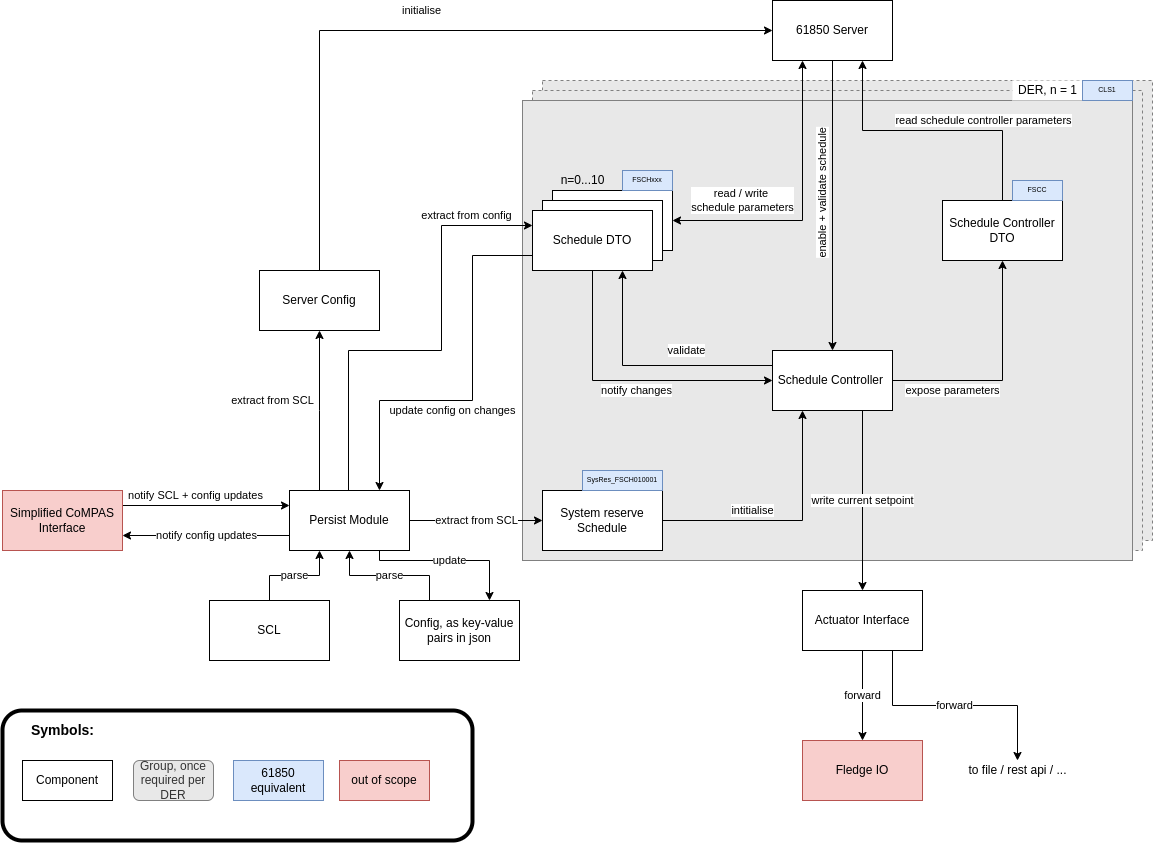
This is images/system-overview.drawio.png from alliander-opensource/der-scheduling, a draw.io export, as it was before one commit. Source tidied: cells renumbered, new cells last; positions are measured from the earlier drawing's top-left corner, leaving out a move shared by most shapes.
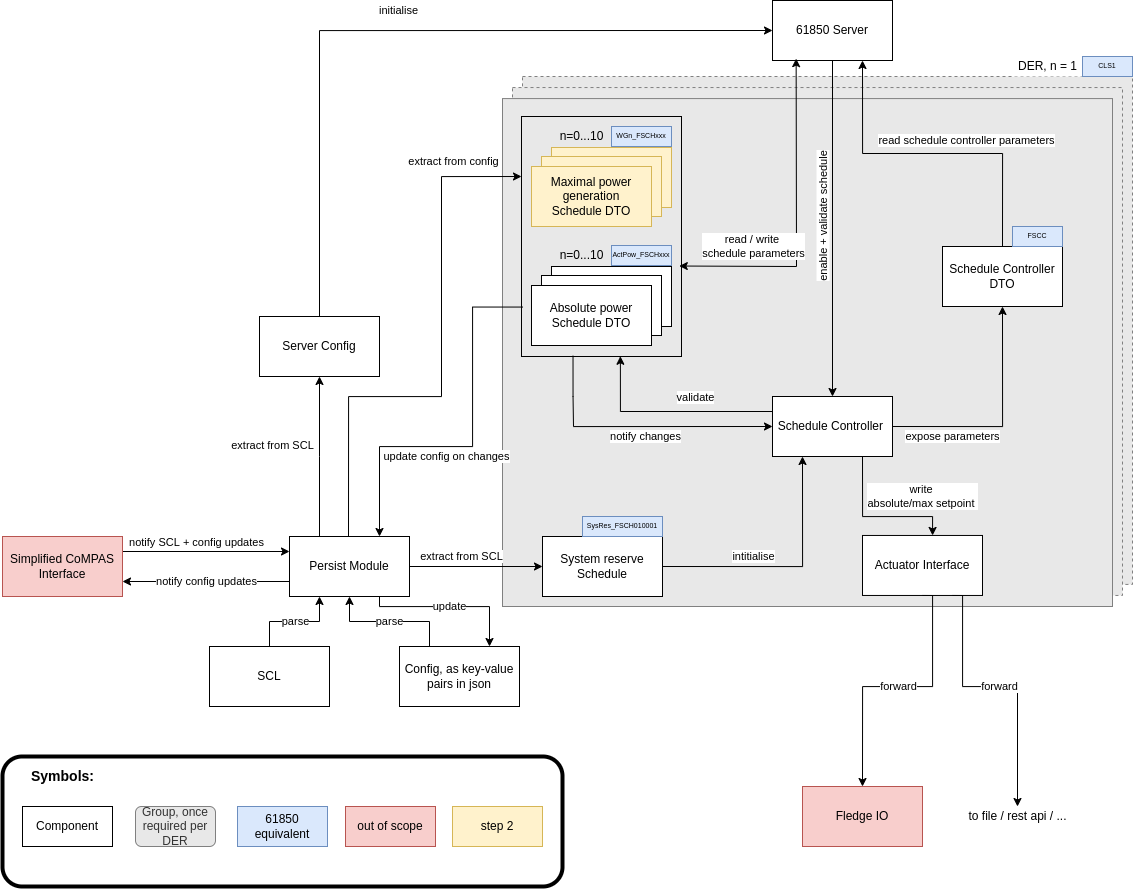
The same diagram one commit later.

Commit message:
Sketch simplified idea on how to implement DER power limitation, add questions

What changed in the source:
```diff
@@ -2,17 +2,32 @@
   <root>
     <mxCell id="0" />
     <mxCell id="1" parent="0" />
+    <mxCell id="56" style="group;" parent="1" vertex="1">
+      <mxGeometry x="500" y="10" width="630" height="550" as="geometry" />
+    </mxCell>
+    <mxCell id="57" style="group;" parent="56" vertex="1">
+      <mxGeometry y="20" width="630" height="530" as="geometry" />
+    </mxCell>
-    <mxCell id="2" style="rounded=0;whiteSpace=wrap;html=1;fillColor=#E8E8E8;fontColor=#333333;strokeColor=#808080;glass=0;shadow=0;sketch=0;dashed=1;" parent="1" vertex="1">
-      <mxGeometry x="540" y="80" width="610" height="460" as="geometry" />
+    <mxCell id="2" style="rounded=0;whiteSpace=wrap;html=1;fillColor=#E8E8E8;fontColor=#333333;strokeColor=#808080;glass=0;shadow=0;sketch=0;dashed=1;" parent="57" vertex="1">
+      <mxGeometry x="20" width="610" height="507.9" as="geometry" />
     </mxCell>
-    <mxCell id="3" style="rounded=0;whiteSpace=wrap;html=1;fillColor=#E8E8E8;fontColor=#333333;strokeColor=#808080;glass=0;shadow=0;sketch=0;dashed=1;" parent="1" vertex="1">
-      <mxGeometry x="530" y="90" width="610" height="460" as="geometry" />
+    <mxCell id="3" style="rounded=0;whiteSpace=wrap;html=1;fillColor=#E8E8E8;fontColor=#333333;strokeColor=#808080;glass=0;shadow=0;sketch=0;dashed=1;" parent="57" vertex="1">
+      <mxGeometry x="10" y="11" width="610" height="507.9" as="geometry" />
     </mxCell>
-    <mxCell id="4" style="rounded=0;whiteSpace=wrap;html=1;fillColor=#E8E8E8;fontColor=#333333;strokeColor=#808080;glass=0;shadow=0;sketch=0;" parent="1" vertex="1">
-      <mxGeometry x="520" y="100" width="610" height="460" as="geometry" />
+    <mxCell id="4" style="rounded=0;whiteSpace=wrap;html=1;fillColor=#E8E8E8;fontColor=#333333;strokeColor=#808080;glass=0;shadow=0;sketch=0;" parent="57" vertex="1">
+      <mxGeometry y="22.1" width="610" height="507.9" as="geometry" />
     </mxCell>
+    <mxCell id="12" value="Actuator Interface" style="rounded=0;whiteSpace=wrap;html=1;" parent="57" vertex="1">
+      <mxGeometry x="360" y="459" width="120" height="60" as="geometry" />
+    </mxCell>
+    <mxCell id="43" value="DER, n = 1" style="text;html=1;align=center;verticalAlign=middle;fillColor=default;" parent="56" vertex="1">
+      <mxGeometry x="510" width="70" height="20" as="geometry" />
+    </mxCell>
+    <mxCell id="46" value="CLS1" style="rounded=0;whiteSpace=wrap;html=1;fillColor=#dae8fc;strokeColor=#6c8ebf;fontSize=7;" parent="56" vertex="1">
+      <mxGeometry x="580" width="50" height="20" as="geometry" />
+    </mxCell>
     <mxCell id="5" value="61850 Server" style="rounded=0;whiteSpace=wrap;html=1;" parent="1" vertex="1">
-      <mxGeometry x="770" width="120" height="60" as="geometry" />
+      <mxGeometry x="770" y="-46" width="120" height="60" as="geometry" />
     </mxCell>
     <mxCell id="6" value="parse" style="edgeStyle=orthogonalEdgeStyle;rounded=0;jettySize=auto;html=1;exitX=0.5;exitY=0;exitDx=0;exitDy=0;entryX=0.25;entryY=1;entryDx=0;entryDy=0;" parent="1" edge="1" source="7" target="31">
       <mxGeometry relative="1" as="geometry" />
@@ -27,46 +42,48 @@
       <mxGeometry x="397" y="600" width="120" height="60" as="geometry" />
     </mxCell>
     <mxCell id="10" value="forward" style="edgeStyle=orthogonalEdgeStyle;rounded=0;jettySize=auto;html=1;exitX=0.5;exitY=1;exitDx=0;exitDy=0;entryX=0.5;entryY=0;entryDx=0;entryDy=0;" parent="1" edge="1" source="12" target="44">
-      <mxGeometry relative="1" as="geometry" />
+      <mxGeometry relative="1" as="geometry">
+        <Array as="points">
+          <mxPoint x="930" y="640" />
+          <mxPoint x="860" y="640" />
+        </Array>
+      </mxGeometry>
     </mxCell>
     <mxCell id="11" value="forward" style="edgeStyle=orthogonalEdgeStyle;rounded=0;jettySize=auto;html=1;exitX=0.75;exitY=1;exitDx=0;exitDy=0;" parent="1" edge="1" source="12" target="37">
-      <mxGeometry relative="1" as="geometry" />
+      <mxGeometry relative="1" as="geometry">
+        <Array as="points">
+          <mxPoint x="960" y="640" />
+          <mxPoint x="1015" y="640" />
+        </Array>
+      </mxGeometry>
     </mxCell>
-    <mxCell id="12" value="Actuator Interface" style="rounded=0;whiteSpace=wrap;html=1;" parent="1" vertex="1">
-      <mxGeometry x="800" y="590" width="120" height="60" as="geometry" />
-    </mxCell>
-    <mxCell id="13" value="Schedule Model" style="rounded=0;whiteSpace=wrap;html=1;" parent="1" vertex="1">
-      <mxGeometry x="550" y="190" width="120" height="60" as="geometry" />
-    </mxCell>
-    <mxCell id="14" value="Schedule Model" style="rounded=0;whiteSpace=wrap;html=1;" parent="1" vertex="1">
-      <mxGeometry x="540" y="200" width="120" height="60" as="geometry" />
-    </mxCell>
-    <mxCell id="15" value="notify changes" style="edgeStyle=orthogonalEdgeStyle;rounded=0;jettySize=auto;html=1;exitX=0.5;exitY=1;exitDx=0;exitDy=0;entryX=0;entryY=0.5;entryDx=0;entryDy=0;" parent="1" edge="1" source="17" target="24">
+    <mxCell id="15" value="notify changes" style="edgeStyle=orthogonalEdgeStyle;rounded=0;jettySize=auto;html=1;exitX=0.322;exitY=0.997;exitDx=0;exitDy=0;entryX=0;entryY=0.5;entryDx=0;entryDy=0;exitPerimeter=0;" parent="1" edge="1" source="62" target="24">
       <mxGeometry x="0.06" y="-10" relative="1" as="geometry">
         <Array as="points">
-          <mxPoint x="590" y="380" />
+          <mxPoint x="571" y="350" />
+          <mxPoint x="571" y="350" />
+          <mxPoint x="571" y="380" />
         </Array>
       </mxGeometry>
     </mxCell>
-    <mxCell id="16" value="update config on changes" style="edgeStyle=orthogonalEdgeStyle;rounded=0;jettySize=auto;html=1;exitX=0;exitY=0.75;exitDx=0;exitDy=0;entryX=0.75;entryY=0;entryDx=0;entryDy=0;" parent="1" edge="1" source="17" target="31">
+    <mxCell id="16" value="update config on changes" style="edgeStyle=orthogonalEdgeStyle;rounded=0;jettySize=auto;html=1;entryX=0.75;entryY=0;entryDx=0;entryDy=0;exitX=0.007;exitY=0.794;exitDx=0;exitDy=0;exitPerimeter=0;" parent="1" edge="1" source="62" target="31">
       <mxGeometry x="0.16" y="10" relative="1" as="geometry">
         <Array as="points">
-          <mxPoint x="470" y="255" />
+          <mxPoint x="470" y="261" />
           <mxPoint x="470" y="400" />
           <mxPoint x="377" y="400" />
         </Array>
       </mxGeometry>
     </mxCell>
-    <mxCell id="17" value="Schedule DTO" style="rounded=0;whiteSpace=wrap;html=1;" parent="1" vertex="1">
-      <mxGeometry x="530" y="210" width="120" height="60" as="geometry" />
-    </mxCell>
     <mxCell id="18" value="read schedule controller parameters" style="edgeStyle=orthogonalEdgeStyle;rounded=0;jettySize=auto;html=1;exitX=0.5;exitY=0;exitDx=0;exitDy=0;entryX=0.75;entryY=1;entryDx=0;entryDy=0;" parent="1" edge="1" source="19" target="5">
-      <mxGeometry x="-0.36" y="-10" relative="1" as="geometry" />
+      <mxGeometry x="-0.2" y="-12" relative="1" as="geometry">
+        <mxPoint y="-1" as="offset" />
+      </mxGeometry>
     </mxCell>
     <mxCell id="19" value="Schedule Controller DTO" style="rounded=0;whiteSpace=wrap;html=1;" parent="1" vertex="1">
       <mxGeometry x="940" y="200" width="120" height="60" as="geometry" />
     </mxCell>
-    <mxCell id="20" style="edgeStyle=orthogonalEdgeStyle;rounded=0;jettySize=auto;html=1;exitX=0;exitY=0.25;exitDx=0;exitDy=0;entryX=0.75;entryY=1;entryDx=0;entryDy=0;" parent="1" edge="1" source="24" target="17">
+    <mxCell id="20" style="edgeStyle=orthogonalEdgeStyle;rounded=0;jettySize=auto;html=1;exitX=0;exitY=0.25;exitDx=0;exitDy=0;entryX=0.618;entryY=0.999;entryDx=0;entryDy=0;entryPerimeter=0;" parent="1" edge="1" source="24" target="62">
       <mxGeometry relative="1" as="geometry" />
     </mxCell>
     <mxCell id="21" value="validate" style="edgeLabel;html=1;align=center;verticalAlign=middle;" parent="20" vertex="1">
@@ -74,8 +91,13 @@
         <mxPoint x="-25" y="-16" as="offset" />
       </mxGeometry>
     </mxCell>
-    <mxCell id="22" value="write current setpoint" style="edgeStyle=orthogonalEdgeStyle;rounded=0;jettySize=auto;html=1;exitX=0.75;exitY=1;exitDx=0;exitDy=0;" parent="1" edge="1" source="24" target="12">
-      <mxGeometry relative="1" as="geometry" />
+    <mxCell id="22" value="write &lt;br&gt;absolute/max setpoint&amp;nbsp;" style="edgeStyle=orthogonalEdgeStyle;rounded=0;jettySize=auto;html=1;exitX=0.75;exitY=1;exitDx=0;exitDy=0;" parent="1" edge="1" source="24" target="12">
+      <mxGeometry x="0.61" y="20" relative="1" as="geometry">
+        <Array as="points">
+          <mxPoint x="860" y="470" />
+          <mxPoint x="930" y="470" />
+        </Array>
+      </mxGeometry>
     </mxCell>
     <mxCell id="23" value="expose parameters" style="edgeStyle=orthogonalEdgeStyle;rounded=0;jettySize=auto;html=1;exitX=1;exitY=0.5;exitDx=0;exitDy=0;entryX=0.5;entryY=1;entryDx=0;entryDy=0;" parent="1" edge="1" source="24" target="19">
       <mxGeometry x="-0.48" y="-10" relative="1" as="geometry" />
@@ -92,7 +114,7 @@
       </mxGeometry>
     </mxCell>
     <mxCell id="27" value="extract from SCL" style="edgeStyle=orthogonalEdgeStyle;rounded=0;jettySize=auto;html=1;exitX=1;exitY=0.5;exitDx=0;exitDy=0;" parent="1" edge="1" source="31" target="34">
-      <mxGeometry relative="1" as="geometry" />
+      <mxGeometry x="-0.2" y="10" relative="1" as="geometry" />
     </mxCell>
     <mxCell id="28" value="update" style="edgeStyle=orthogonalEdgeStyle;rounded=0;jettySize=auto;html=1;exitX=0.75;exitY=1;exitDx=0;exitDy=0;entryX=0.75;entryY=0;entryDx=0;entryDy=0;" parent="1" edge="1" source="31" target="9">
       <mxGeometry relative="1" as="geometry">
@@ -116,10 +138,11 @@
     <mxCell id="31" value="Persist Module" style="rounded=0;whiteSpace=wrap;html=1;" parent="1" vertex="1">
       <mxGeometry x="287" y="490" width="120" height="60" as="geometry" />
     </mxCell>
-    <mxCell id="32" value="read / write &lt;br&gt;schedule parameters" style="endArrow=classic;startArrow=classic;html=1;rounded=0;entryX=0.25;entryY=1;entryDx=0;entryDy=0;exitX=1;exitY=0.5;exitDx=0;exitDy=0;" parent="1" edge="1" source="13" target="5">
-      <mxGeometry x="-0.52" y="20" relative="1" as="geometry">
+    <mxCell id="32" value="read / write &lt;br&gt;schedule parameters" style="endArrow=classic;startArrow=classic;html=1;rounded=0;entryX=0.197;entryY=0.969;entryDx=0;entryDy=0;exitX=1.005;exitY=0.623;exitDx=0;exitDy=0;exitPerimeter=0;entryPerimeter=0;" parent="1" edge="1" target="5">
+      <mxGeometry x="-0.55" y="20" relative="1" as="geometry">
+        <mxPoint x="676.8" y="219.5" as="sourcePoint" />
         <Array as="points">
-          <mxPoint x="800" y="220" />
+          <mxPoint x="794" y="220" />
         </Array>
       </mxGeometry>
     </mxCell>
@@ -138,9 +161,6 @@
     <mxCell id="37" value="to file / rest api / ..." style="text;html=1;align=center;verticalAlign=middle;points=[];strokeColor=none;fillColor=none;" parent="1" vertex="1">
       <mxGeometry x="960" y="760" width="110" height="20" as="geometry" />
     </mxCell>
-    <mxCell id="38" value="n=0...10" style="text;html=1;align=center;verticalAlign=middle;strokeColor=none;fillColor=none;" parent="1" vertex="1">
-      <mxGeometry x="550" y="170" width="60" height="20" as="geometry" />
-    </mxCell>
     <mxCell id="39" style="edgeStyle=orthogonalEdgeStyle;rounded=0;jettySize=auto;html=1;exitX=1;exitY=0.25;exitDx=0;exitDy=0;entryX=0;entryY=0.25;entryDx=0;entryDy=0;" parent="1" edge="1" source="41" target="31">
       <mxGeometry relative="1" as="geometry" />
     </mxCell>
@@ -152,54 +172,87 @@
     <mxCell id="41" value="Simplified CoMPAS Interface" style="rounded=0;whiteSpace=wrap;html=1;fillColor=#f8cecc;strokeColor=#b85450;" parent="1" vertex="1">
       <mxGeometry y="490" width="120" height="60" as="geometry" />
     </mxCell>
-    <mxCell id="42" value="extract from config" style="edgeStyle=orthogonalEdgeStyle;rounded=0;jettySize=auto;html=1;exitX=0.5;exitY=0;exitDx=0;exitDy=0;entryX=0;entryY=0.25;entryDx=0;entryDy=0;" parent="1" edge="1" target="17">
-      <mxGeometry x="0.7" y="10" relative="1" as="geometry">
+    <mxCell id="42" value="extract from config" style="edgeStyle=orthogonalEdgeStyle;rounded=0;jettySize=auto;html=1;exitX=0.5;exitY=0;exitDx=0;exitDy=0;entryX=0;entryY=0.25;entryDx=0;entryDy=0;" parent="1" edge="1" target="62">
+      <mxGeometry x="0.75" y="15" relative="1" as="geometry">
         <mxPoint x="346" y="490" as="sourcePoint" />
         <Array as="points">
           <mxPoint x="346" y="350" />
           <mxPoint x="439" y="350" />
-          <mxPoint x="439" y="225" />
+          <mxPoint x="439" y="130" />
         </Array>
       </mxGeometry>
     </mxCell>
-    <mxCell id="43" value="DER, n = 1" style="text;html=1;align=center;verticalAlign=middle;fillColor=default;" parent="1" vertex="1">
-      <mxGeometry x="1010" y="80" width="70" height="20" as="geometry" />
-    </mxCell>
     <mxCell id="44" value="Fledge IO" style="rounded=0;whiteSpace=wrap;html=1;fillColor=#f8cecc;strokeColor=#b85450;" parent="1" vertex="1">
       <mxGeometry x="800" y="740" width="120" height="60" as="geometry" />
     </mxCell>
-    <mxCell id="45" value="FSCHxxx" style="rounded=0;whiteSpace=wrap;html=1;fillColor=#dae8fc;strokeColor=#6c8ebf;fontSize=7;" parent="1" vertex="1">
-      <mxGeometry x="620" y="170" width="50" height="20" as="geometry" />
-    </mxCell>
-    <mxCell id="46" value="CLS1" style="rounded=0;whiteSpace=wrap;html=1;fillColor=#dae8fc;strokeColor=#6c8ebf;fontSize=7;" parent="1" vertex="1">
-      <mxGeometry x="1080" y="80" width="50" height="20" as="geometry" />
-    </mxCell>
     <mxCell id="47" value="FSCC" style="rounded=0;whiteSpace=wrap;html=1;fillColor=#dae8fc;strokeColor=#6c8ebf;fontSize=7;" parent="1" vertex="1">
       <mxGeometry x="1010" y="180" width="50" height="20" as="geometry" />
     </mxCell>
     <mxCell id="48" value="SysRes_FSCH010001" style="rounded=0;whiteSpace=wrap;html=1;fillColor=#dae8fc;strokeColor=#6c8ebf;fontSize=7;" parent="1" vertex="1">
       <mxGeometry x="580" y="470" width="80" height="20" as="geometry" />
     </mxCell>
-    <mxCell id="49" style="group;" parent="1" vertex="1">
-      <mxGeometry y="710" width="470" height="130" as="geometry" />
-    </mxCell>
-    <mxCell id="50" style="rounded=1;whiteSpace=wrap;html=1;shadow=0;glass=0;sketch=0;fontSize=7;fillColor=none;strokeWidth=4;" parent="49" vertex="1">
-      <mxGeometry width="470" height="130" as="geometry" />
+    <mxCell id="50" style="rounded=1;whiteSpace=wrap;html=1;shadow=0;glass=0;sketch=0;fontSize=7;fillColor=none;strokeWidth=4;" parent="1" vertex="1">
+      <mxGeometry y="710" width="560" height="130" as="geometry" />
     </mxCell>
-    <mxCell id="51" value="out of scope" style="rounded=0;whiteSpace=wrap;html=1;fillColor=#f8cecc;strokeColor=#b85450;" parent="49" vertex="1">
-      <mxGeometry x="337" y="50" width="90" height="40" as="geometry" />
+    <mxCell id="51" value="out of scope" style="rounded=0;whiteSpace=wrap;html=1;fillColor=#f8cecc;strokeColor=#b85450;" parent="1" vertex="1">
+      <mxGeometry x="343" y="760" width="90" height="40" as="geometry" />
     </mxCell>
-    <mxCell id="52" value="61850 equivalent" style="rounded=0;whiteSpace=wrap;html=1;fillColor=#dae8fc;strokeColor=#6c8ebf;" parent="49" vertex="1">
-      <mxGeometry x="231" y="50" width="90" height="40" as="geometry" />
+    <mxCell id="52" value="61850 equivalent" style="rounded=0;whiteSpace=wrap;html=1;fillColor=#dae8fc;strokeColor=#6c8ebf;" parent="1" vertex="1">
+      <mxGeometry x="235" y="760" width="90" height="40" as="geometry" />
     </mxCell>
-    <mxCell id="53" value="Symbols:" style="text;html=1;align=center;verticalAlign=middle;strokeColor=none;fillColor=none;fontStyle=1;fontSize=14;" parent="49" vertex="1">
-      <mxGeometry x="20" y="10" width="80" height="20" as="geometry" />
+    <mxCell id="53" value="Symbols:" style="text;html=1;align=center;verticalAlign=middle;strokeColor=none;fillColor=none;fontStyle=1;fontSize=14;" parent="1" vertex="1">
+      <mxGeometry x="20" y="720" width="80" height="20" as="geometry" />
     </mxCell>
-    <mxCell id="54" value="Group, once required per DER" style="rounded=1;whiteSpace=wrap;html=1;fillColor=#E8E8E8;fontColor=#333333;strokeColor=#808080;glass=0;shadow=0;sketch=0;" parent="49" vertex="1">
-      <mxGeometry x="131" y="50" width="80" height="40" as="geometry" />
+    <mxCell id="54" value="Group, once required per DER" style="rounded=1;whiteSpace=wrap;html=1;fillColor=#E8E8E8;fontColor=#333333;strokeColor=#808080;glass=0;shadow=0;sketch=0;" parent="1" vertex="1">
+      <mxGeometry x="133" y="760" width="80" height="40" as="geometry" />
     </mxCell>
-    <mxCell id="55" value="Component" style="rounded=0;whiteSpace=wrap;html=1;" parent="49" vertex="1">
-      <mxGeometry x="20" y="50" width="90" height="40" as="geometry" />
+    <mxCell id="55" value="Component" style="rounded=0;whiteSpace=wrap;html=1;" parent="1" vertex="1">
+      <mxGeometry x="20" y="760" width="90" height="40" as="geometry" />
     </mxCell>
+    <mxCell id="58" value="step 2" style="rounded=0;whiteSpace=wrap;html=1;fillColor=#fff2cc;strokeColor=#d6b656;" parent="1" vertex="1">
+      <mxGeometry x="450" y="760" width="90" height="40" as="geometry" />
+    </mxCell>
+    <mxCell id="59" style="group;" parent="1" vertex="1">
+      <mxGeometry x="519" y="70" width="160" height="240" as="geometry" />
+    </mxCell>
+    <mxCell id="60" style="group;" parent="59" vertex="1">
+      <mxGeometry x="10" y="129" width="140" height="100" as="geometry" />
+    </mxCell>
+    <mxCell id="13" value="Schedule Model" style="rounded=0;whiteSpace=wrap;html=1;" parent="60" vertex="1">
+      <mxGeometry x="20" y="21" width="120" height="60" as="geometry" />
+    </mxCell>
+    <mxCell id="61" style="group;" parent="60" vertex="1">
+      <mxGeometry width="140" height="100" as="geometry" />
+    </mxCell>
+    <mxCell id="14" value="Schedule Model" style="rounded=0;whiteSpace=wrap;html=1;" parent="61" vertex="1">
+      <mxGeometry x="10" y="30" width="120" height="60" as="geometry" />
+    </mxCell>
+    <mxCell id="17" value="Absolute power&lt;br&gt;Schedule DTO" style="rounded=0;whiteSpace=wrap;html=1;" parent="61" vertex="1">
+      <mxGeometry y="40" width="120" height="60" as="geometry" />
+    </mxCell>
+    <mxCell id="38" value="n=0...10" style="text;html=1;align=center;verticalAlign=middle;strokeColor=none;fillColor=none;" parent="61" vertex="1">
+      <mxGeometry x="20" width="60" height="20" as="geometry" />
+    </mxCell>
+    <mxCell id="45" value="ActPow_FSCHxxx" style="rounded=0;whiteSpace=wrap;html=1;fillColor=#dae8fc;strokeColor=#6c8ebf;fontSize=7;" parent="61" vertex="1">
+      <mxGeometry x="80" width="60" height="20" as="geometry" />
+    </mxCell>
+    <mxCell id="62" style="rounded=0;whiteSpace=wrap;html=1;fillColor=none;align=right;" parent="59" vertex="1">
+      <mxGeometry width="160" height="240" as="geometry" />
+    </mxCell>
+    <mxCell id="63" value="Schedule Model" style="rounded=0;whiteSpace=wrap;html=1;fillColor=#fff2cc;strokeColor=#d6b656;" parent="59" vertex="1">
+      <mxGeometry x="30" y="31" width="120" height="60" as="geometry" />
+    </mxCell>
+    <mxCell id="64" value="Schedule Model" style="rounded=0;whiteSpace=wrap;html=1;fillColor=#fff2cc;strokeColor=#d6b656;" parent="59" vertex="1">
+      <mxGeometry x="20" y="40" width="120" height="60" as="geometry" />
+    </mxCell>
+    <mxCell id="65" value="Maximal power generation&lt;br&gt;Schedule DTO" style="rounded=0;whiteSpace=wrap;html=1;fillColor=#fff2cc;strokeColor=#d6b656;" parent="59" vertex="1">
+      <mxGeometry x="10" y="50" width="120" height="60" as="geometry" />
+    </mxCell>
+    <mxCell id="66" value="n=0...10" style="text;html=1;align=center;verticalAlign=middle;strokeColor=none;fillColor=none;" parent="59" vertex="1">
+      <mxGeometry x="30" y="10" width="60" height="20" as="geometry" />
+    </mxCell>
+    <mxCell id="67" value="WGn_FSCHxxx" style="rounded=0;whiteSpace=wrap;html=1;fillColor=#dae8fc;strokeColor=#6c8ebf;fontSize=7;" parent="59" vertex="1">
+      <mxGeometry x="90" y="10" width="60" height="20" as="geometry" />
+    </mxCell>
   </root>
 </mxGraphModel>
```
